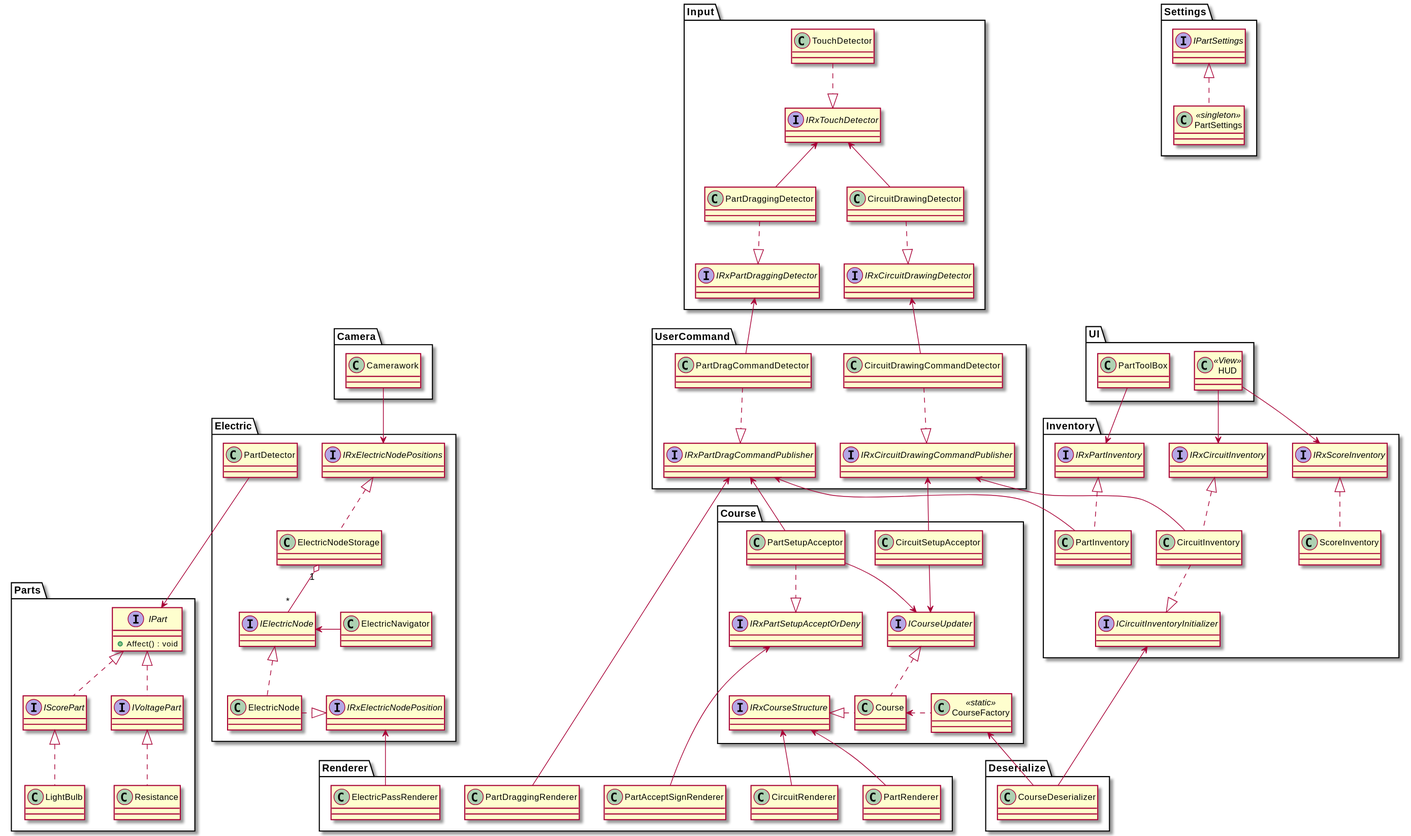
The PlantUML diagram ClassDiagram/ElSchema.svg in EleCuit-02106/Docs, before a commit.
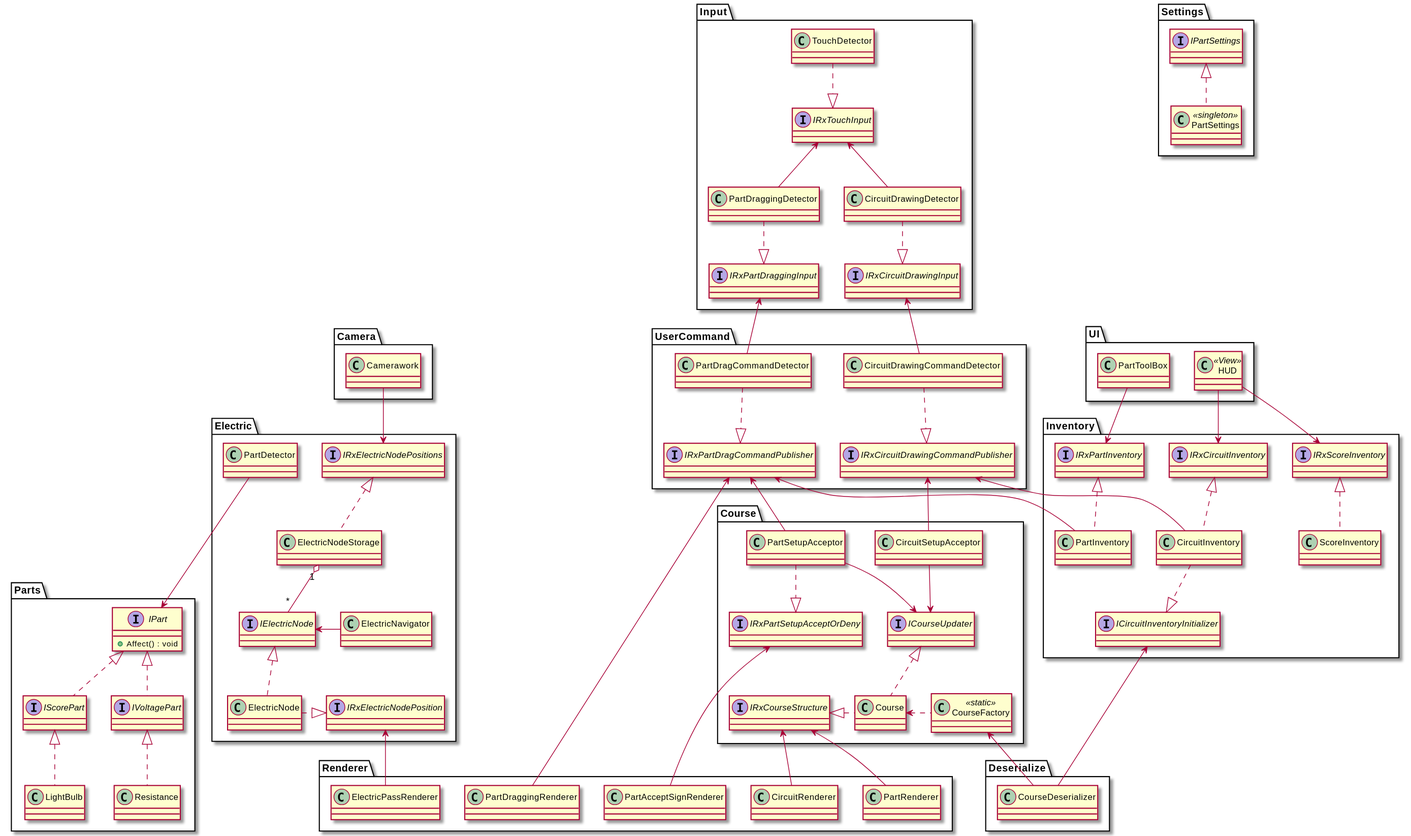
Above is the later version.

The edit, as a diff of the source:
```diff
@@ -62,12 +62,12 @@
     interface IRxPartDragCommandPublisher
     class PartDragCommandDetector
     PartDragCommandDetector ..|> IRxPartDragCommandPublisher
-    Input.IRxPartDraggingDetector <-- PartDragCommandDetector
+    Input.IRxPartDraggingInput <-- PartDragCommandDetector
 
     interface IRxCircuitDrawingCommandPublisher
     class CircuitDrawingCommandDetector
     CircuitDrawingCommandDetector ..|> IRxCircuitDrawingCommandPublisher
-    Input.IRxCircuitDrawingDetector <-- CircuitDrawingCommandDetector
+    Input.IRxCircuitDrawingInput <-- CircuitDrawingCommandDetector
 }
 
 namespace Parts {
@@ -114,19 +114,19 @@
 }
 
 namespace Input {
-    interface IRxTouchDetector
+    interface IRxTouchInput
     class TouchDetector
-    TouchDetector ..|> IRxTouchDetector
+    TouchDetector ..|> IRxTouchInput
 
-    interface IRxCircuitDrawingDetector
+    interface IRxCircuitDrawingInput
     class CircuitDrawingDetector
-    CircuitDrawingDetector ..|> IRxCircuitDrawingDetector
-    interface IRxPartDraggingDetector
+    CircuitDrawingDetector ..|> IRxCircuitDrawingInput
+    interface IRxPartDraggingInput
     class PartDraggingDetector
-    PartDraggingDetector ..|> IRxPartDraggingDetector
+    PartDraggingDetector ..|> IRxPartDraggingInput
 
-    IRxTouchDetector <-- CircuitDrawingDetector
-    IRxTouchDetector <-- PartDraggingDetector
+    IRxTouchInput <-- CircuitDrawingDetector
+    IRxTouchInput <-- PartDraggingDetector
 }
 
 
```
